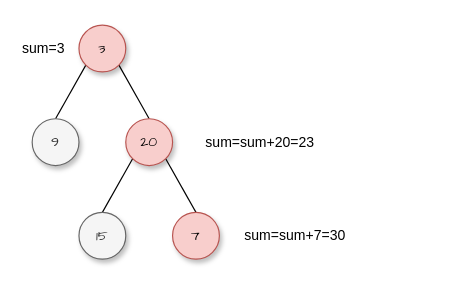
Above: draw.io/路径总和II.drawio in goldknife6/algorithm (draw.io), before the change. Source tidied: cells renumbered, new cells numbered last; positions are measured from the earlier drawing's top-left corner, leaving out a move shared by most shapes. Both pictures are drawn from the tidied source at 117%, with x=0, y=0 at pixel (20, 25).
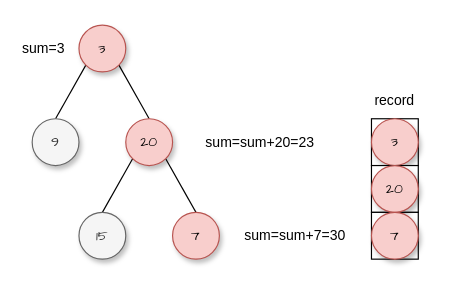
After the change.

Commit message (it also covers changes not shown here):
更新路径总和II.drawio

The edit, as a diff of the source:
```diff
@@
+    <mxCell id="14" style="rounded=0;whiteSpace=wrap;html=1;" parent="1" vertex="1">
+      <mxGeometry x="300" y="80" width="40" height="40" as="geometry" />
+    </mxCell>
+    <mxCell id="15" value="&lt;font face=&quot;Comic Sans MS&quot;&gt;3&lt;/font&gt;" style="ellipse;whiteSpace=wrap;html=1;fillColor=#f8cecc;strokeColor=#b85450;shadow=1;sketch=0;" parent="1" vertex="1">
+      <mxGeometry x="300" y="80" width="40" height="40" as="geometry" />
+    </mxCell>
+    <mxCell id="16" style="rounded=0;whiteSpace=wrap;html=1;" parent="1" vertex="1">
+      <mxGeometry x="300" y="120" width="40" height="40" as="geometry" />
+    </mxCell>
+    <mxCell id="17" style="rounded=0;whiteSpace=wrap;html=1;" parent="1" vertex="1">
+      <mxGeometry x="300" y="160" width="40" height="40" as="geometry" />
+    </mxCell>
+    <mxCell id="18" value="&lt;font face=&quot;Comic Sans MS&quot;&gt;20&lt;/font&gt;" style="ellipse;whiteSpace=wrap;html=1;fillColor=#f8cecc;strokeColor=#b85450;shadow=1;sketch=0;" parent="1" vertex="1">
+      <mxGeometry x="300" y="120" width="40" height="40" as="geometry" />
+    </mxCell>
+    <mxCell id="19" value="&lt;font face=&quot;Comic Sans MS&quot;&gt;7&lt;/font&gt;" style="ellipse;whiteSpace=wrap;html=1;shadow=1;fillColor=#f8cecc;strokeColor=#b85450;sketch=0;" parent="1" vertex="1">
+      <mxGeometry x="300" y="160" width="40" height="40" as="geometry" />
+    </mxCell>
+    <mxCell id="20" value="record" style="text;html=1;strokeColor=none;fillColor=none;align=center;verticalAlign=middle;whiteSpace=wrap;rounded=0;" parent="1" vertex="1">
+      <mxGeometry x="290" y="50" width="60" height="30" as="geometry" />
+    </mxCell>
```
